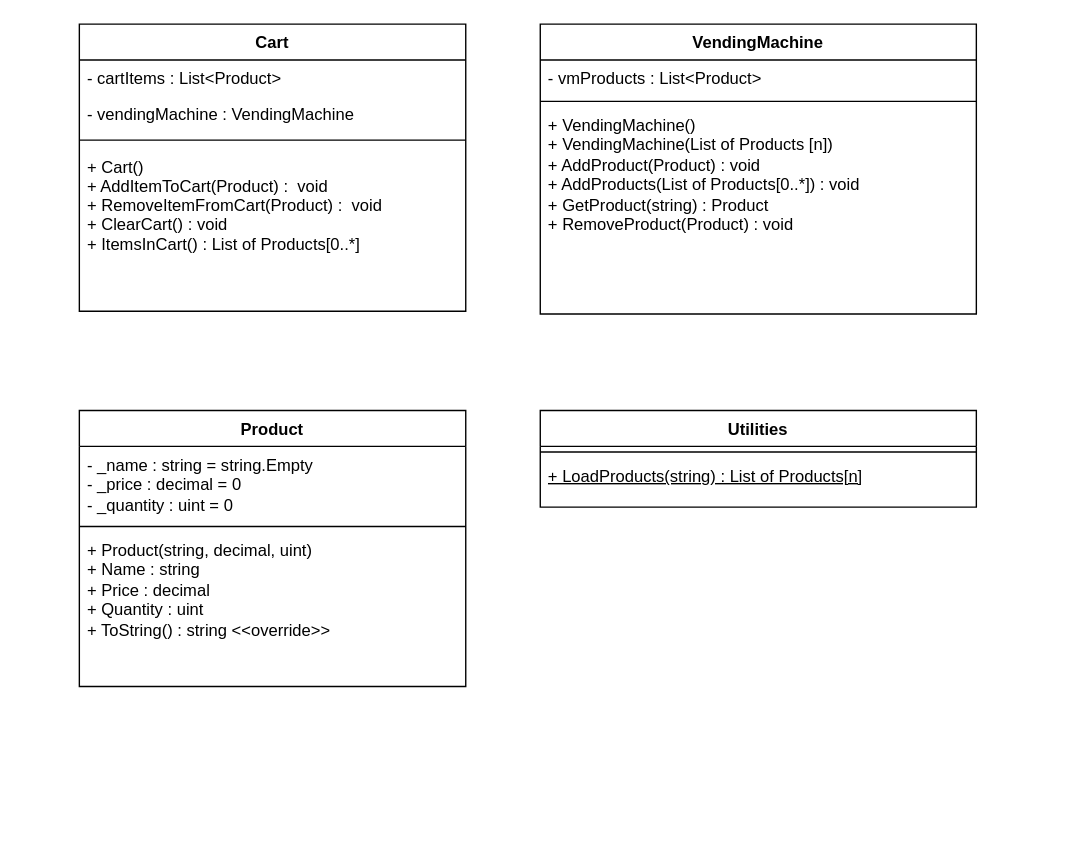
The draw.io diagram UML_Diagrams.drawio in EricSTOIAN/Vending-Machine-Project, before the edit. Source tidied: cells renumbered, new cells numbered last; positions are measured from the earlier drawing's top-left corner, leaving out a move shared by most shapes. Both pictures are drawn from the tidied source at 138%, with x=0, y=0 at pixel (79, 23).
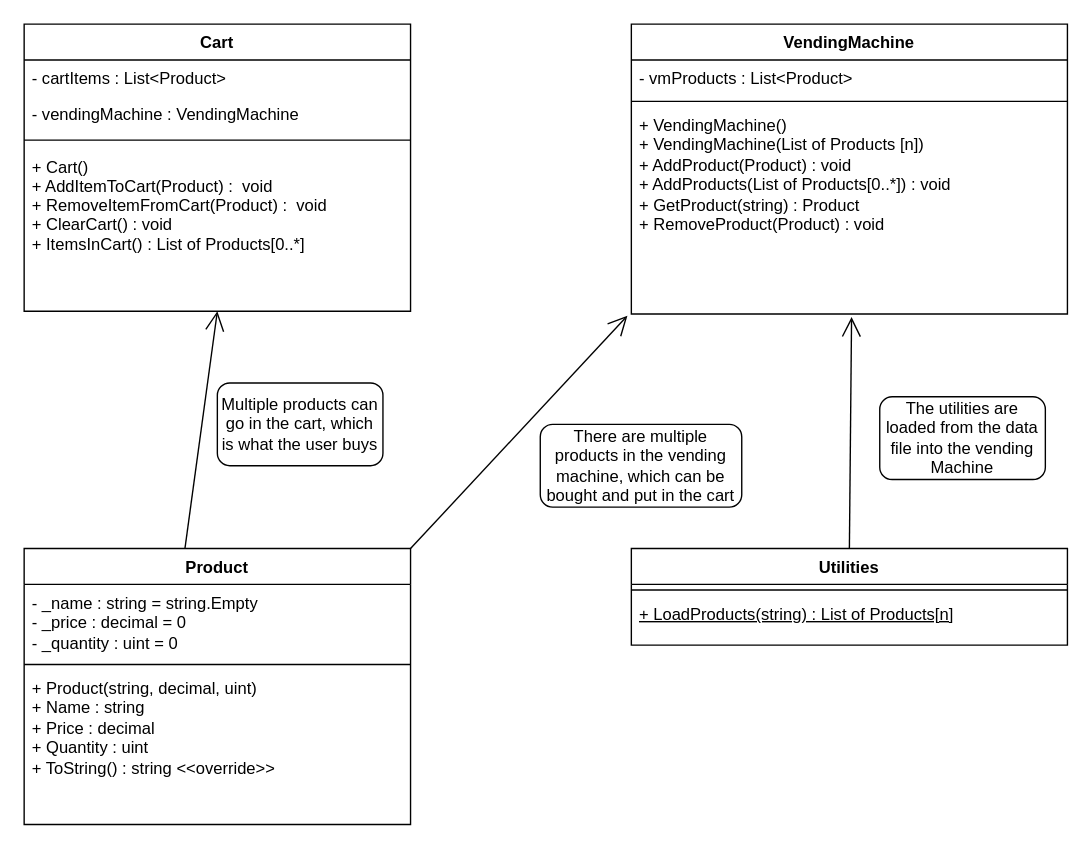
Above is the later version.

Commit message:
UML Diagram updated.

Unchanged cells that the change refers to:
```xml
<mxCell id="10" value="+ VendingMachine()&lt;br&gt;+ VendingMachine(List of Products [n])&lt;br&gt;+ AddProduct(Product) : void&lt;br&gt;+ AddProducts(List of Products[0..*]) : void&lt;br&gt;+ GetProduct(string) : Product&lt;br&gt;+ RemoveProduct(Product) : void" style="text;strokeColor=none;fillColor=none;align=left;verticalAlign=top;spacingLeft=4;spacingRight=4;overflow=hidden;points=[[0,0.5],[1,0.5]];portConstraint=eastwest;whiteSpace=wrap;html=1;" parent="7" vertex="1">
  <mxGeometry y="60" width="316" height="150" as="geometry" />
</mxCell>
```

Diff of the diagram source:
```diff
@@
     <mxCell id="2" value="Cart" style="swimlane;fontStyle=1;align=center;verticalAlign=top;horizontal=1;startSize=26;rounded=0;shadow=0;strokeWidth=1;" parent="1" vertex="1">
-      <mxGeometry width="280" height="208" as="geometry" />
+      <mxGeometry x="-40" width="280" height="208" as="geometry" />
     </mxCell>
@@
     <mxCell id="7" value="VendingMachine" style="swimlane;fontStyle=1;align=center;verticalAlign=top;horizontal=1;startSize=26;whiteSpace=wrap;html=1;" parent="1" vertex="1">
-      <mxGeometry x="334" width="316" height="210" as="geometry" />
+      <mxGeometry x="400" width="316" height="210" as="geometry" />
     </mxCell>
@@
     <mxCell id="11" value="Product" style="swimlane;fontStyle=1;align=center;verticalAlign=top;horizontal=1;startSize=26;whiteSpace=wrap;html=1;" parent="1" vertex="1">
-      <mxGeometry y="280" width="280" height="200" as="geometry" />
+      <mxGeometry x="-40" y="380" width="280" height="200" as="geometry" />
     </mxCell>
@@
     <mxCell id="15" value="Utilities" style="swimlane;fontStyle=1;align=center;verticalAlign=top;horizontal=1;startSize=26;whiteSpace=wrap;html=1;" parent="1" vertex="1">
-      <mxGeometry x="334" y="280" width="316" height="70" as="geometry" />
+      <mxGeometry x="400" y="380" width="316" height="70" as="geometry" />
     </mxCell>
@@
+    <mxCell id="18" style="endArrow=open;endFill=1;endSize=12;html=1;rounded=0;exitX=0.416;exitY=0.001;exitDx=0;exitDy=0;exitPerimeter=0;entryX=0.5;entryY=1;entryDx=0;entryDy=0;" parent="1" edge="1" source="11" target="2">
+      <mxGeometry relative="1" as="geometry" />
+    </mxCell>
+    <mxCell id="19" value="Multiple products can go in the cart, which is what the user buys" style="rounded=1;whiteSpace=wrap;html=1;" parent="1" vertex="1">
+      <mxGeometry x="100" y="260" width="120" height="60" as="geometry" />
+    </mxCell>
+    <mxCell id="20" style="endArrow=open;endFill=1;endSize=12;html=1;rounded=0;exitX=0.5;exitY=0;exitDx=0;exitDy=0;entryX=0.505;entryY=1.015;entryDx=0;entryDy=0;entryPerimeter=0;" parent="1" edge="1" source="15" target="10">
+      <mxGeometry relative="1" as="geometry" />
+    </mxCell>
+    <mxCell id="21" value="The utilities are loaded from the data file into the vending Machine" style="rounded=1;whiteSpace=wrap;html=1;" parent="1" vertex="1">
+      <mxGeometry x="580" y="270" width="120" height="60" as="geometry" />
+    </mxCell>
+    <mxCell id="22" style="endArrow=open;endFill=1;endSize=12;html=1;rounded=0;exitX=1;exitY=0;exitDx=0;exitDy=0;entryX=-0.009;entryY=1.009;entryDx=0;entryDy=0;entryPerimeter=0;" parent="1" edge="1" source="11" target="10">
+      <mxGeometry relative="1" as="geometry" />
+    </mxCell>
+    <mxCell id="23" value="There are multiple products in the vending machine, which can be bought and put in the cart" style="rounded=1;whiteSpace=wrap;html=1;" parent="1" vertex="1">
+      <mxGeometry x="334" y="290" width="146" height="60" as="geometry" />
+    </mxCell>
```
